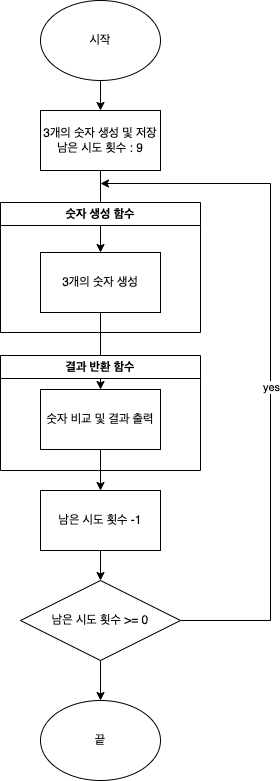
Before: FlowChart/step1.drawio.png, a diagram exported from draw.io (yagom-academy/ios-number-baseball). Source tidied: cells renumbered, new cells last; positions are measured from the earlier drawing's top-left corner, leaving out a move shared by most shapes.
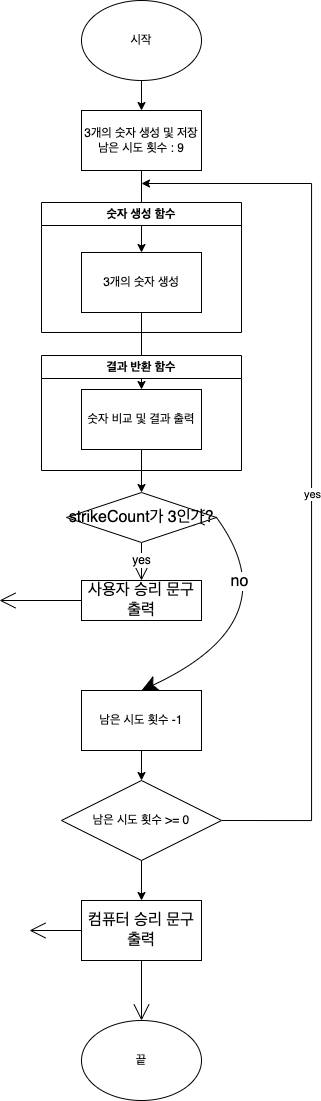
After the commit.

Commit message:
docs: step1 flowchart 수정 및 readme 수정

What changed in the source:
```diff
@@ -22,7 +22,7 @@
     <mxCell id="7" value="3개의 숫자 생성" style="rounded=0;whiteSpace=wrap;html=1;" parent="6" vertex="1">
       <mxGeometry x="40" y="50" width="120" height="60" as="geometry" />
     </mxCell>
-    <mxCell id="8" style="edgeStyle=orthogonalEdgeStyle;rounded=0;jettySize=auto;html=1;exitX=0.5;exitY=1;exitDx=0;exitDy=0;entryX=0.5;entryY=0;entryDx=0;entryDy=0;" parent="1" edge="1" source="9" target="13">
+    <mxCell id="8" style="edgeStyle=orthogonalEdgeStyle;rounded=0;jettySize=auto;html=1;exitX=0.5;exitY=1;exitDx=0;exitDy=0;" parent="1" edge="1" source="9" target="23">
       <mxGeometry relative="1" as="geometry" />
     </mxCell>
     <mxCell id="9" value="숫자 비교 및 결과 출력" style="rounded=0;whiteSpace=wrap;html=1;" parent="1" vertex="1">
@@ -38,13 +38,13 @@
       <mxGeometry relative="1" as="geometry" />
     </mxCell>
     <mxCell id="13" value="남은 시도 횟수 -1" style="rounded=0;whiteSpace=wrap;html=1;" parent="1" vertex="1">
-      <mxGeometry x="40" y="490" width="120" height="60" as="geometry" />
+      <mxGeometry x="40" y="690" width="120" height="60" as="geometry" />
     </mxCell>
     <mxCell id="14" style="edgeStyle=orthogonalEdgeStyle;rounded=0;jettySize=auto;html=1;exitX=1;exitY=0.5;exitDx=0;exitDy=0;" parent="1" edge="1" source="18">
       <mxGeometry relative="1" as="geometry">
         <mxPoint x="100" y="183" as="targetPoint" />
         <Array as="points">
-          <mxPoint x="270" y="620" />
+          <mxPoint x="270" y="820" />
           <mxPoint x="270" y="183" />
         </Array>
       </mxGeometry>
@@ -54,17 +54,65 @@
     </mxCell>
     <mxCell id="16" style="edgeStyle=orthogonalEdgeStyle;rounded=0;jettySize=auto;html=1;exitX=0.5;exitY=1;exitDx=0;exitDy=0;" parent="1" edge="1" source="18">
       <mxGeometry relative="1" as="geometry">
-        <mxPoint x="100" y="650" as="targetPoint" />
+        <mxPoint x="100" y="850" as="targetPoint" />
       </mxGeometry>
     </mxCell>
-    <mxCell id="17" style="edgeStyle=orthogonalEdgeStyle;rounded=0;jettySize=auto;html=1;exitX=0.5;exitY=1;exitDx=0;exitDy=0;entryX=0.5;entryY=0;entryDx=0;entryDy=0;" parent="1" edge="1" source="18" target="19">
+    <mxCell id="17" style="edgeStyle=orthogonalEdgeStyle;rounded=0;jettySize=auto;html=1;exitX=0.5;exitY=1;exitDx=0;exitDy=0;" parent="1" edge="1" source="18" target="30">
       <mxGeometry relative="1" as="geometry" />
     </mxCell>
     <mxCell id="18" value="남은 시도 횟수 &amp;gt;= 0" style="rhombus;whiteSpace=wrap;html=1;" parent="1" vertex="1">
-      <mxGeometry x="20" y="580" width="160" height="80" as="geometry" />
+      <mxGeometry x="20" y="780" width="160" height="80" as="geometry" />
     </mxCell>
     <mxCell id="19" value="끝" style="ellipse;whiteSpace=wrap;html=1;" parent="1" vertex="1">
-      <mxGeometry x="40" y="700" width="120" height="80" as="geometry" />
+      <mxGeometry x="40" y="1020" width="120" height="80" as="geometry" />
     </mxCell>
+    <mxCell id="20" value="yes" style="edgeStyle=none;curved=1;rounded=0;jettySize=auto;html=1;exitX=0.5;exitY=1;exitDx=0;exitDy=0;fontSize=12;endArrow=open;startSize=14;endSize=14;sourcePerimeterSpacing=8;targetPerimeterSpacing=8;" parent="1" edge="1" source="23">
+      <mxGeometry relative="1" as="geometry">
+        <mxPoint x="100" y="580" as="targetPoint" />
+        <mxPoint y="-1" as="offset" />
+      </mxGeometry>
+    </mxCell>
+    <mxCell id="21" style="edgeStyle=none;curved=1;rounded=0;jettySize=auto;html=1;exitX=1;exitY=0.5;exitDx=0;exitDy=0;fontSize=12;endArrow=open;startSize=14;endSize=14;sourcePerimeterSpacing=8;targetPerimeterSpacing=8;" parent="1" edge="1" source="23">
+      <mxGeometry relative="1" as="geometry">
+        <mxPoint x="147" y="517" as="targetPoint" />
+      </mxGeometry>
+    </mxCell>
+    <mxCell id="22" style="edgeStyle=none;curved=1;rounded=0;jettySize=auto;html=1;exitX=1;exitY=0.5;exitDx=0;exitDy=0;fontSize=12;endArrow=open;startSize=14;endSize=14;sourcePerimeterSpacing=8;targetPerimeterSpacing=8;" parent="1" edge="1" source="23">
+      <mxGeometry relative="1" as="geometry">
+        <mxPoint x="137" y="517" as="targetPoint" />
+      </mxGeometry>
+    </mxCell>
+    <mxCell id="23" value="strikeCount가 3인가?" style="rhombus;whiteSpace=wrap;html=1;fontSize=16;" parent="1" vertex="1">
+      <mxGeometry x="25" y="492" width="150" height="50" as="geometry" />
+    </mxCell>
+    <mxCell id="24" style="edgeStyle=none;curved=1;rounded=0;jettySize=auto;html=1;exitX=0;exitY=0.5;exitDx=0;exitDy=0;fontSize=12;endArrow=open;startSize=14;endSize=14;sourcePerimeterSpacing=8;targetPerimeterSpacing=8;" parent="1" edge="1" source="25">
+      <mxGeometry relative="1" as="geometry">
+        <mxPoint x="-42" y="600" as="targetPoint" />
+      </mxGeometry>
+    </mxCell>
+    <mxCell id="25" value="사용자 승리 문구 출력" style="rounded=0;whiteSpace=wrap;html=1;fontSize=16;" parent="1" vertex="1">
+      <mxGeometry x="40" y="580" width="120" height="40" as="geometry" />
+    </mxCell>
+    <mxCell id="26" style="endArrow=classic;html=1;rounded=0;fontSize=12;startSize=14;endSize=14;sourcePerimeterSpacing=8;targetPerimeterSpacing=8;curved=1;exitX=1;exitY=0.5;exitDx=0;exitDy=0;entryX=0.5;entryY=0;entryDx=0;entryDy=0;" parent="1" edge="1" source="23" target="13">
+      <mxGeometry relative="1" as="geometry">
+        <Array as="points">
+          <mxPoint x="250" y="620" />
+        </Array>
+      </mxGeometry>
+    </mxCell>
+    <mxCell id="27" value="no" style="edgeLabel;html=1;align=center;verticalAlign=middle;fontSize=16;" parent="26" vertex="1">
+      <mxGeometry x="-0.56" y="-19" relative="1" as="geometry" />
+    </mxCell>
+    <mxCell id="28" style="edgeStyle=none;curved=1;rounded=0;jettySize=auto;html=1;exitX=0.5;exitY=1;exitDx=0;exitDy=0;entryX=0.5;entryY=0;entryDx=0;entryDy=0;fontSize=12;endArrow=open;startSize=14;endSize=14;sourcePerimeterSpacing=8;targetPerimeterSpacing=8;" parent="1" edge="1" source="30" target="19">
+      <mxGeometry relative="1" as="geometry" />
+    </mxCell>
+    <mxCell id="29" style="edgeStyle=none;curved=1;rounded=0;jettySize=auto;html=1;exitX=0;exitY=0.5;exitDx=0;exitDy=0;fontSize=12;endArrow=open;startSize=14;endSize=14;sourcePerimeterSpacing=8;targetPerimeterSpacing=8;" parent="1" edge="1" source="30">
+      <mxGeometry relative="1" as="geometry">
+        <mxPoint x="-12" y="930" as="targetPoint" />
+      </mxGeometry>
+    </mxCell>
+    <mxCell id="30" value="컴퓨터 승리 문구 출력" style="rounded=0;whiteSpace=wrap;html=1;fontSize=16;" parent="1" vertex="1">
+      <mxGeometry x="40" y="900" width="120" height="60" as="geometry" />
+    </mxCell>
   </root>
 </mxGraphModel>
```
